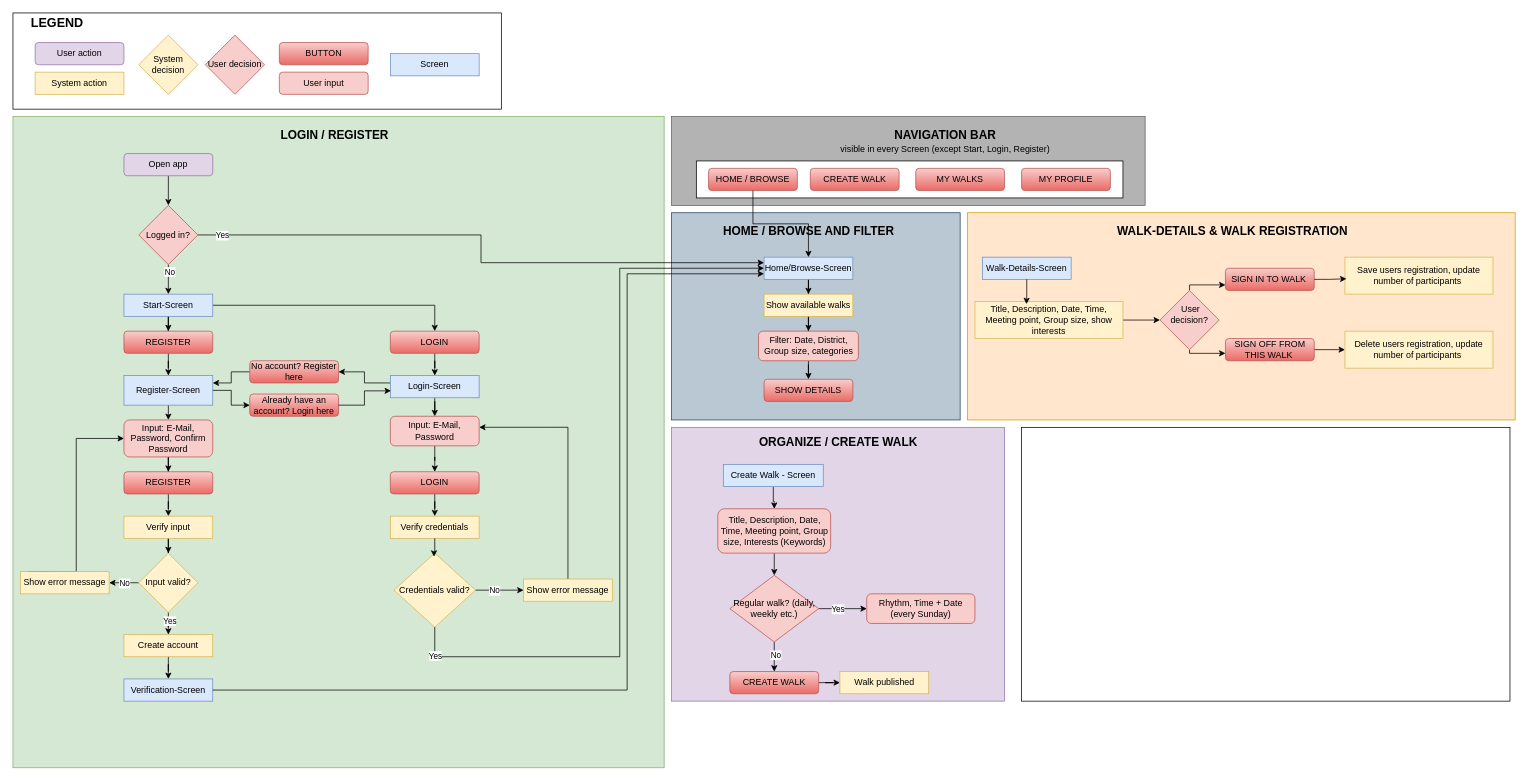
amine-oez/App-Entwicklung keeps this draw.io diagram as Ablaufdiagramm_AppEntwickung.drawio. Above is the earlier version. Source tidied: cells renumbered, new cells numbered last; positions are measured from the earlier drawing's top-left corner, leaving out a move shared by most shapes. Both pictures are drawn from the tidied source at 74%, with x=0, y=0 at pixel (13, 13).
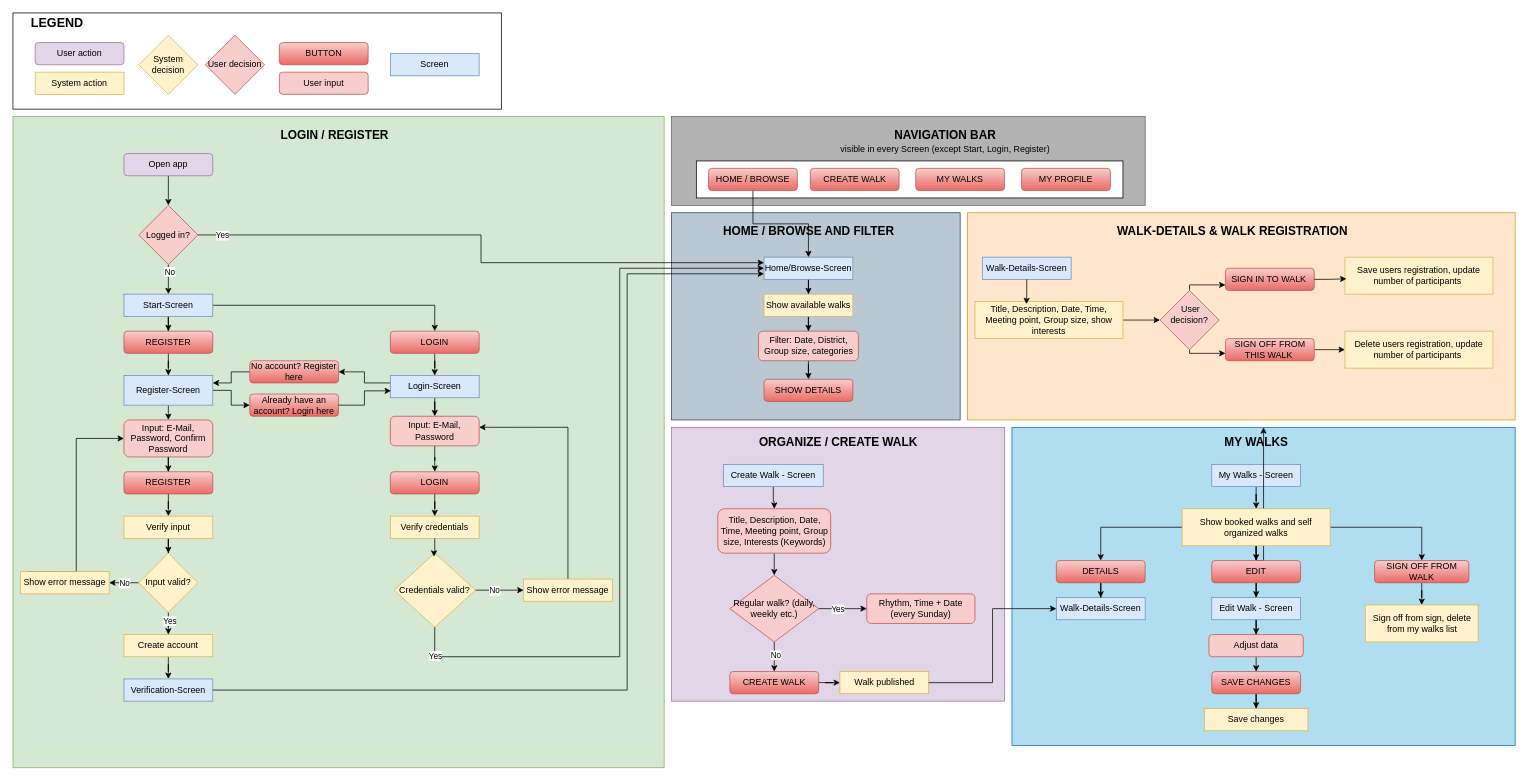
The same page after the edit.

The change refers to these unchanged cells:
```xml
<mxCell id="114" value="Walk published" style="rounded=0;whiteSpace=wrap;html=1;fillColor=#fff2cc;strokeColor=#d6b656;" parent="1" vertex="1">
  <mxGeometry x="1117.5" y="890" width="120" height="30" as="geometry" />
</mxCell>
```

The edit, as a diff of the source:
```diff
@@
-    <mxCell id="116" style="rounded=0;whiteSpace=wrap;html=1;" parent="1" vertex="1">
-      <mxGeometry x="1363" y="560" width="660" height="370" as="geometry" />
+    <mxCell id="116" style="rounded=0;whiteSpace=wrap;html=1;fillColor=#b1ddf0;strokeColor=#10739e;" parent="1" vertex="1">
+      <mxGeometry x="1350" y="560" width="680" height="430" as="geometry" />
     </mxCell>
+    <mxCell id="117" value="&lt;font size=&quot;3&quot;&gt;&lt;b&gt;MY WALKS&lt;/b&gt;&lt;/font&gt;" style="text;html=1;whiteSpace=wrap;strokeColor=none;fillColor=none;align=center;verticalAlign=middle;rounded=0;" parent="1" vertex="1">
+      <mxGeometry x="1557.5" y="565" width="245" height="30" as="geometry" />
+    </mxCell>
+    <mxCell id="118" value="Walk-Details-Screen" style="rounded=0;whiteSpace=wrap;html=1;fillColor=#dae8fc;strokeColor=#6c8ebf;" parent="1" vertex="1">
+      <mxGeometry x="1410" y="790" width="120" height="30" as="geometry" />
+    </mxCell>
+    <mxCell id="119" style="edgeStyle=orthogonalEdgeStyle;rounded=0;jettySize=auto;html=1;entryX=0;entryY=0.5;entryDx=0;entryDy=0;defaultLabelBackgroundColor=page;" parent="1" edge="1" source="114" target="118">
+      <mxGeometry relative="1" as="geometry" />
+    </mxCell>
+    <mxCell id="120" style="edgeStyle=orthogonalEdgeStyle;rounded=0;jettySize=auto;html=1;defaultLabelBackgroundColor=page;" parent="1" edge="1" source="121" target="126">
+      <mxGeometry relative="1" as="geometry" />
+    </mxCell>
+    <mxCell id="121" value="My Walks - Screen" style="rounded=0;whiteSpace=wrap;html=1;fillColor=#dae8fc;strokeColor=#6c8ebf;" parent="1" vertex="1">
+      <mxGeometry x="1620" y="610" width="120" height="30" as="geometry" />
+    </mxCell>
+    <mxCell id="122" style="edgeStyle=orthogonalEdgeStyle;rounded=0;jettySize=auto;html=1;defaultLabelBackgroundColor=page;" parent="1" edge="1" source="126" target="128">
+      <mxGeometry relative="1" as="geometry" />
+    </mxCell>
+    <mxCell id="123" style="edgeStyle=orthogonalEdgeStyle;rounded=0;jettySize=auto;html=1;defaultLabelBackgroundColor=page;" parent="1" edge="1" source="126" target="137">
+      <mxGeometry relative="1" as="geometry" />
+    </mxCell>
+    <mxCell id="124" style="edgeStyle=orthogonalEdgeStyle;rounded=0;jettySize=auto;html=1;defaultLabelBackgroundColor=page;" parent="1" edge="1" source="126" target="116">
+      <mxGeometry relative="1" as="geometry" />
+    </mxCell>
+    <mxCell id="125" style="edgeStyle=orthogonalEdgeStyle;rounded=0;jettySize=auto;html=1;defaultLabelBackgroundColor=page;" parent="1" edge="1" source="126" target="140">
+      <mxGeometry relative="1" as="geometry" />
+    </mxCell>
+    <mxCell id="126" value="Show booked walks and self organized walks" style="rounded=0;whiteSpace=wrap;html=1;fillColor=#fff2cc;strokeColor=#d6b656;" parent="1" vertex="1">
+      <mxGeometry x="1580" y="670" width="200" height="50" as="geometry" />
+    </mxCell>
+    <mxCell id="127" style="edgeStyle=orthogonalEdgeStyle;rounded=0;jettySize=auto;html=1;defaultLabelBackgroundColor=page;" parent="1" edge="1" source="128" target="130">
+      <mxGeometry relative="1" as="geometry" />
+    </mxCell>
+    <mxCell id="128" value="EDIT" style="rounded=1;whiteSpace=wrap;html=1;roundedPerimeter=1;fillColor=#f8cecc;strokeColor=#b85450;gradientColor=#ea6b66;" parent="1" vertex="1">
+      <mxGeometry x="1620" y="740" width="120" height="30" as="geometry" />
+    </mxCell>
+    <mxCell id="129" style="edgeStyle=orthogonalEdgeStyle;rounded=0;jettySize=auto;html=1;entryX=0.5;entryY=0;entryDx=0;entryDy=0;defaultLabelBackgroundColor=page;" parent="1" edge="1" source="130" target="132">
+      <mxGeometry relative="1" as="geometry" />
+    </mxCell>
+    <mxCell id="130" value="Edit Walk - Screen" style="rounded=0;whiteSpace=wrap;html=1;fillColor=#dae8fc;strokeColor=#6c8ebf;" parent="1" vertex="1">
+      <mxGeometry x="1620" y="790" width="120" height="30" as="geometry" />
+    </mxCell>
+    <mxCell id="131" style="edgeStyle=orthogonalEdgeStyle;rounded=0;jettySize=auto;html=1;defaultLabelBackgroundColor=page;" parent="1" edge="1" source="132" target="134">
+      <mxGeometry relative="1" as="geometry" />
+    </mxCell>
+    <mxCell id="132" value="Adjust data" style="rounded=1;whiteSpace=wrap;html=1;roundedPerimeter=1;fillColor=#f8cecc;strokeColor=#b85450;" parent="1" vertex="1">
+      <mxGeometry x="1616.2" y="840" width="127.5" height="30" as="geometry" />
+    </mxCell>
+    <mxCell id="133" style="edgeStyle=orthogonalEdgeStyle;rounded=0;jettySize=auto;html=1;defaultLabelBackgroundColor=page;" parent="1" edge="1" source="134" target="135">
+      <mxGeometry relative="1" as="geometry" />
+    </mxCell>
+    <mxCell id="134" value="SAVE CHANGES" style="rounded=1;whiteSpace=wrap;html=1;roundedPerimeter=1;fillColor=#f8cecc;strokeColor=#b85450;gradientColor=#ea6b66;" parent="1" vertex="1">
+      <mxGeometry x="1620" y="890" width="120" height="30" as="geometry" />
+    </mxCell>
+    <mxCell id="135" value="Save changes" style="rounded=0;whiteSpace=wrap;html=1;fillColor=#fff2cc;strokeColor=#d6b656;" parent="1" vertex="1">
+      <mxGeometry x="1610" y="940" width="140" height="30" as="geometry" />
+    </mxCell>
+    <mxCell id="136" style="edgeStyle=orthogonalEdgeStyle;rounded=0;jettySize=auto;html=1;defaultLabelBackgroundColor=page;" parent="1" edge="1" source="137" target="138">
+      <mxGeometry relative="1" as="geometry" />
+    </mxCell>
+    <mxCell id="137" value="SIGN OFF FROM WALK" style="rounded=1;whiteSpace=wrap;html=1;roundedPerimeter=1;fillColor=#f8cecc;strokeColor=#b85450;gradientColor=#ea6b66;" parent="1" vertex="1">
+      <mxGeometry x="1840" y="740" width="127.5" height="30" as="geometry" />
+    </mxCell>
+    <mxCell id="138" value="Sign off from sign, delete from my walks list" style="rounded=0;whiteSpace=wrap;html=1;fillColor=#fff2cc;strokeColor=#d6b656;" parent="1" vertex="1">
+      <mxGeometry x="1827.5" y="800" width="152.5" height="50" as="geometry" />
+    </mxCell>
+    <mxCell id="139" style="edgeStyle=orthogonalEdgeStyle;rounded=0;jettySize=auto;html=1;defaultLabelBackgroundColor=page;" parent="1" edge="1" source="140" target="118">
+      <mxGeometry relative="1" as="geometry" />
+    </mxCell>
+    <mxCell id="140" value="DETAILS" style="rounded=1;whiteSpace=wrap;html=1;roundedPerimeter=1;fillColor=#f8cecc;strokeColor=#b85450;gradientColor=#ea6b66;" parent="1" vertex="1">
+      <mxGeometry x="1410" y="740" width="120" height="30" as="geometry" />
+    </mxCell>
```
